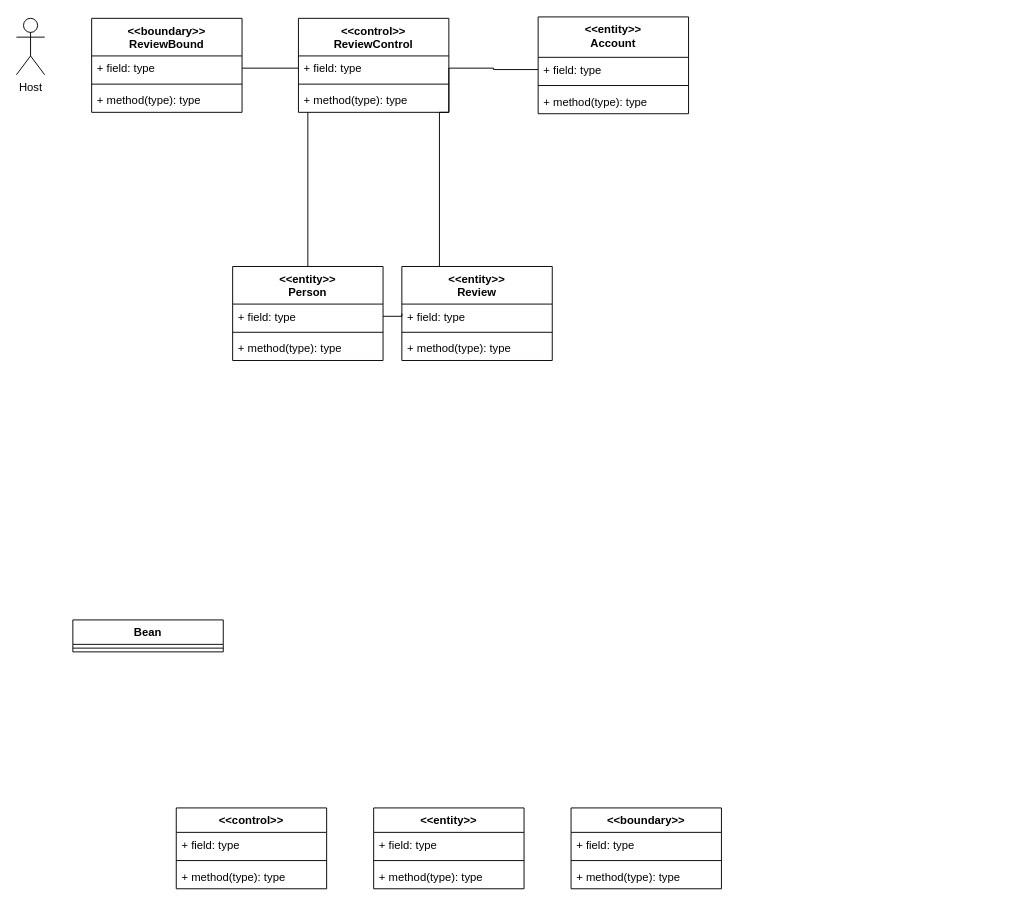
This is Docs/VoPC/VoPC ReviewGuest.drawio from nic-agos/DoveStudi, a draw.io file, before an edit. Source tidied: cells renumbered, new cells numbered last; positions are measured from the earlier drawing's top-left corner, leaving out a move shared by most shapes. Both pictures are drawn from the tidied source at 94%, with x=0, y=0 at pixel (16, 16).
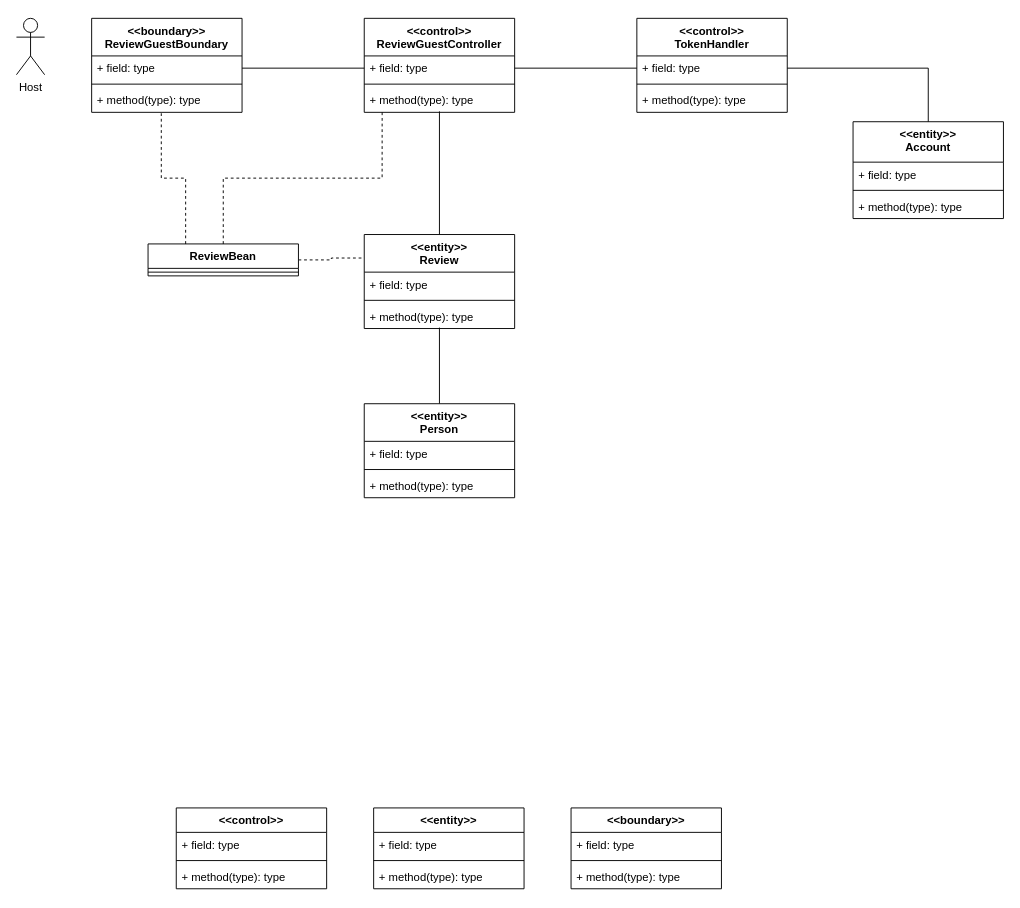
After the change.

Unchanged cells that the change refers to:
```xml
<mxCell id="20" value="+ method(type): type" style="text;strokeColor=none;fillColor=none;align=left;verticalAlign=top;spacingLeft=4;spacingRight=4;overflow=hidden;points=[[0,0.5],[1,0.5]];portConstraint=eastwest;" parent="17" vertex="1">
  <mxGeometry y="74" width="160" height="26" as="geometry" />
</mxCell>
<mxCell id="22" value="+ field: type" style="text;strokeColor=none;fillColor=none;align=left;verticalAlign=top;spacingLeft=4;spacingRight=4;overflow=hidden;points=[[0,0.5],[1,0.5]];portConstraint=eastwest;" parent="21" vertex="1">
  <mxGeometry y="40" width="160" height="26" as="geometry" />
</mxCell>
<mxCell id="24" value="+ method(type): type" style="text;strokeColor=none;fillColor=none;align=left;verticalAlign=top;spacingLeft=4;spacingRight=4;overflow=hidden;points=[[0,0.5],[1,0.5]];portConstraint=eastwest;" parent="21" vertex="1">
  <mxGeometry y="74" width="160" height="26" as="geometry" />
</mxCell>
<mxCell id="28" value="+ method(type): type" style="text;strokeColor=none;fillColor=none;align=left;verticalAlign=top;spacingLeft=4;spacingRight=4;overflow=hidden;points=[[0,0.5],[1,0.5]];portConstraint=eastwest;" parent="25" vertex="1">
  <mxGeometry y="74" width="160" height="26" as="geometry" />
</mxCell>
<mxCell id="31" value="+ field: type" style="text;strokeColor=none;fillColor=none;align=left;verticalAlign=top;spacingLeft=4;spacingRight=4;overflow=hidden;points=[[0,0.5],[1,0.5]];portConstraint=eastwest;" parent="30" vertex="1">
  <mxGeometry y="40" width="160" height="26" as="geometry" />
</mxCell>
<mxCell id="38" value="+ field: type" style="text;strokeColor=none;fillColor=none;align=left;verticalAlign=top;spacingLeft=4;spacingRight=4;overflow=hidden;points=[[0,0.5],[1,0.5]];portConstraint=eastwest;" parent="37" vertex="1">
  <mxGeometry y="43" width="160" height="26" as="geometry" />
</mxCell>
```

The edit, as a diff of the source:
```diff
@@
+    <mxCell id="42" style="edgeStyle=orthogonalEdgeStyle;rounded=0;jettySize=auto;html=1;exitX=0.5;exitY=0;exitDx=0;exitDy=0;entryX=0.119;entryY=1;entryDx=0;entryDy=0;entryPerimeter=0;dashed=1;endArrow=none;endFill=0;" parent="1" edge="1" source="14" target="24">
+      <mxGeometry relative="1" as="geometry" />
+    </mxCell>
+    <mxCell id="43" style="edgeStyle=orthogonalEdgeStyle;rounded=0;jettySize=auto;html=1;exitX=0.25;exitY=0;exitDx=0;exitDy=0;entryX=0.463;entryY=1.038;entryDx=0;entryDy=0;entryPerimeter=0;dashed=1;endArrow=none;endFill=0;" parent="1" edge="1" source="14" target="20">
+      <mxGeometry relative="1" as="geometry" />
+    </mxCell>
+    <mxCell id="44" style="edgeStyle=orthogonalEdgeStyle;rounded=0;jettySize=auto;html=1;exitX=1;exitY=0.5;exitDx=0;exitDy=0;entryX=0;entryY=0.25;entryDx=0;entryDy=0;dashed=1;endArrow=none;endFill=0;" parent="1" edge="1" source="14" target="25">
+      <mxGeometry relative="1" as="geometry" />
+    </mxCell>
-    <mxCell id="14" value="Bean" style="swimlane;fontStyle=1;align=center;verticalAlign=top;horizontal=1;startSize=26;" parent="1" vertex="1">
-      <mxGeometry x="60" y="642" width="160" height="34" as="geometry" />
+    <mxCell id="14" value="ReviewBean" style="swimlane;fontStyle=1;align=center;verticalAlign=top;horizontal=1;startSize=26;" parent="1" vertex="1">
+      <mxGeometry x="140" y="242" width="160" height="34" as="geometry" />
     </mxCell>
@@
-    <mxCell id="17" value="&lt;&lt;boundary&gt;&gt;&#10;ReviewBound" style="swimlane;fontStyle=1;align=center;verticalAlign=top;horizontal=1;startSize=40;" parent="1" vertex="1">
+    <mxCell id="17" value="&lt;&lt;boundary&gt;&gt;&#10;ReviewGuestBoundary" style="swimlane;fontStyle=1;align=center;verticalAlign=top;horizontal=1;startSize=40;" parent="1" vertex="1">
       <mxGeometry x="80" y="2" width="160" height="100" as="geometry" />
     </mxCell>
@@
-    <mxCell id="21" value="&lt;&lt;control&gt;&gt;&#10;ReviewControl" style="swimlane;fontStyle=1;align=center;verticalAlign=top;horizontal=1;startSize=40;" parent="1" vertex="1">
-      <mxGeometry x="300" y="2" width="160" height="100" as="geometry" />
+    <mxCell id="21" value="&lt;&lt;control&gt;&gt;&#10;ReviewGuestController" style="swimlane;fontStyle=1;align=center;verticalAlign=top;horizontal=1;startSize=40;" parent="1" vertex="1">
+      <mxGeometry x="370" y="2" width="160" height="100" as="geometry" />
     </mxCell>
@@
+    <mxCell id="45" style="edgeStyle=orthogonalEdgeStyle;rounded=0;jettySize=auto;html=1;entryX=0.5;entryY=0.962;entryDx=0;entryDy=0;entryPerimeter=0;endArrow=none;endFill=0;" parent="1" edge="1" source="25" target="24">
+      <mxGeometry relative="1" as="geometry" />
+    </mxCell>
     <mxCell id="25" value="&lt;&lt;entity&gt;&gt;&#10;Review" style="swimlane;fontStyle=1;align=center;verticalAlign=top;horizontal=1;startSize=40;" parent="1" vertex="1">
-      <mxGeometry x="410" y="266" width="160" height="100" as="geometry" />
+      <mxGeometry x="370" y="232" width="160" height="100" as="geometry" />
     </mxCell>
@@
-    <mxCell id="29" style="edgeStyle=orthogonalEdgeStyle;rounded=0;jettySize=auto;html=1;exitX=0.5;exitY=0;exitDx=0;exitDy=0;endArrow=none;endFill=0;" parent="1" edge="1" source="30" target="21">
-      <mxGeometry relative="1" as="geometry">
-        <Array as="points">
-          <mxPoint x="310" y="102" />
-        </Array>
-      </mxGeometry>
-    </mxCell>
+    <mxCell id="46" style="edgeStyle=orthogonalEdgeStyle;rounded=0;jettySize=auto;html=1;entryX=0.5;entryY=0.962;entryDx=0;entryDy=0;entryPerimeter=0;endArrow=none;endFill=0;" parent="1" edge="1" source="30" target="28">
+      <mxGeometry relative="1" as="geometry" />
+    </mxCell>
     <mxCell id="30" value="&lt;&lt;entity&gt;&gt;&#10;Person" style="swimlane;fontStyle=1;align=center;verticalAlign=top;horizontal=1;startSize=40;" parent="1" vertex="1">
-      <mxGeometry x="230" y="266" width="160" height="100" as="geometry" />
+      <mxGeometry x="370" y="412" width="160" height="100" as="geometry" />
     </mxCell>
@@
-    <mxCell id="35" style="edgeStyle=orthogonalEdgeStyle;rounded=0;jettySize=auto;html=1;exitX=1;exitY=0.5;exitDx=0;exitDy=0;endArrow=none;endFill=0;" parent="1" edge="1" source="22" target="25">
-      <mxGeometry relative="1" as="geometry">
-        <Array as="points">
-          <mxPoint x="460" y="102" />
-          <mxPoint x="450" y="102" />
-        </Array>
-      </mxGeometry>
-    </mxCell>
-    <mxCell id="36" style="edgeStyle=orthogonalEdgeStyle;rounded=0;jettySize=auto;html=1;exitX=1;exitY=0.5;exitDx=0;exitDy=0;endArrow=none;endFill=0;" parent="1" edge="1" source="31" target="25">
-      <mxGeometry relative="1" as="geometry" />
-    </mxCell>
     <mxCell id="37" value="&lt;&lt;entity&gt;&gt;&#10;Account" style="swimlane;fontStyle=1;align=center;verticalAlign=top;horizontal=1;startSize=43;" parent="1" vertex="1">
-      <mxGeometry x="555" y="0.5" width="160" height="103" as="geometry" />
+      <mxGeometry x="890" y="112" width="160" height="103" as="geometry" />
     </mxCell>
@@
-    <mxCell id="41" style="edgeStyle=orthogonalEdgeStyle;rounded=0;jettySize=auto;html=1;exitX=1;exitY=0.5;exitDx=0;exitDy=0;endArrow=none;endFill=0;" parent="1" edge="1" source="22" target="38">
-      <mxGeometry relative="1" as="geometry" />
-    </mxCell>
+    <mxCell id="47" value="&lt;&lt;control&gt;&gt;&#10;TokenHandler" style="swimlane;fontStyle=1;align=center;verticalAlign=top;horizontal=1;startSize=40;" parent="1" vertex="1">
+      <mxGeometry x="660" y="2" width="160" height="100" as="geometry" />
+    </mxCell>
+    <mxCell id="48" value="+ field: type" style="text;strokeColor=none;fillColor=none;align=left;verticalAlign=top;spacingLeft=4;spacingRight=4;overflow=hidden;points=[[0,0.5],[1,0.5]];portConstraint=eastwest;" parent="47" vertex="1">
+      <mxGeometry y="40" width="160" height="26" as="geometry" />
+    </mxCell>
+    <mxCell id="49" style="line;strokeWidth=1;fillColor=none;align=left;verticalAlign=middle;spacingTop=-1;spacingLeft=3;spacingRight=3;labelPosition=right;" parent="47" vertex="1">
+      <mxGeometry y="66" width="160" height="8" as="geometry" />
+    </mxCell>
+    <mxCell id="50" value="+ method(type): type" style="text;strokeColor=none;fillColor=none;align=left;verticalAlign=top;spacingLeft=4;spacingRight=4;overflow=hidden;" parent="47" vertex="1">
+      <mxGeometry y="74" width="160" height="26" as="geometry" />
+    </mxCell>
+    <mxCell id="51" style="edgeStyle=orthogonalEdgeStyle;rounded=0;jettySize=auto;html=1;entryX=0.5;entryY=0;entryDx=0;entryDy=0;endArrow=none;endFill=0;" parent="1" edge="1" source="48" target="37">
+      <mxGeometry relative="1" as="geometry" />
+    </mxCell>
+    <mxCell id="52" style="edgeStyle=orthogonalEdgeStyle;rounded=0;jettySize=auto;html=1;entryX=0;entryY=0.5;entryDx=0;entryDy=0;endArrow=none;endFill=0;" parent="1" edge="1" source="22" target="48">
+      <mxGeometry relative="1" as="geometry" />
+    </mxCell>
```
